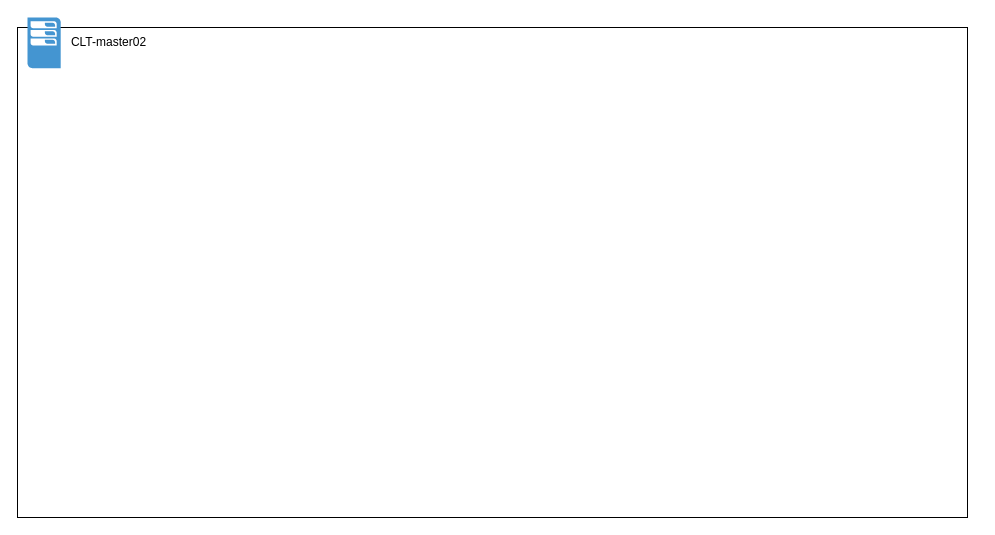
Before: iptables_test01.drawio in yokikim/Report-resource-linux, a draw.io diagram. Source tidied: cells renumbered, new cells numbered last; positions are measured from the earlier drawing's top-left corner, leaving out a move shared by most shapes. Both pictures are drawn from the tidied source at 100%, with x=0, y=0 at pixel (17, 17). Pictures stored in the file or linked from it are replaced by grey dashed boxes.
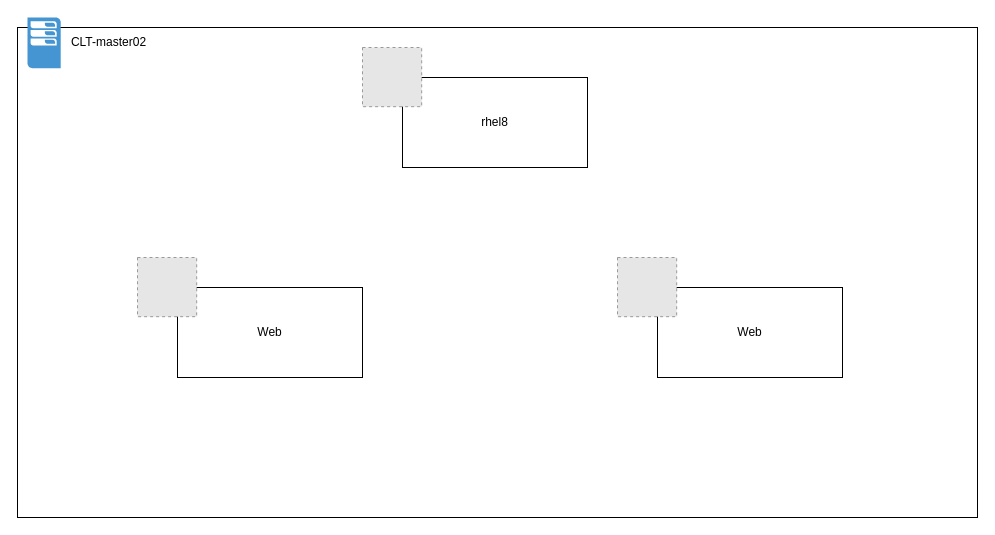
The same page after the edit.

The edit, as a diff of the source:
```diff
@@
 <mxGraphModel>
   <root>
     <mxCell id="0" />
     <mxCell id="1" parent="0" />
+    <mxCell id="5" style="group;" parent="1" vertex="1">
+      <mxGeometry width="960" height="500" as="geometry" />
+    </mxCell>
-    <mxCell id="2" style="rounded=0;whiteSpace=wrap;html=1;" parent="1" vertex="1">
-      <mxGeometry y="10" width="950" height="490" as="geometry" />
+    <mxCell id="2" style="rounded=0;whiteSpace=wrap;html=1;" parent="5" vertex="1">
+      <mxGeometry y="10" width="960" height="490" as="geometry" />
     </mxCell>
-    <mxCell id="3" style="shadow=0;dashed=0;html=1;strokeColor=none;fillColor=#4495D1;labelPosition=center;verticalLabelPosition=bottom;verticalAlign=top;align=center;shape=mxgraph.veeam.2d.esx_esxi;" parent="1" vertex="1">
+    <mxCell id="3" style="shadow=0;dashed=0;html=1;strokeColor=none;fillColor=#4495D1;labelPosition=center;verticalLabelPosition=bottom;verticalAlign=top;align=center;shape=mxgraph.veeam.2d.esx_esxi;" parent="5" vertex="1">
       <mxGeometry x="10" width="33.2" height="50.8" as="geometry" />
     </mxCell>
-    <mxCell id="4" value="CLT-master02" style="text;html=1;strokeColor=none;fillColor=none;align=center;verticalAlign=middle;whiteSpace=wrap;rounded=0;" parent="1" vertex="1">
+    <mxCell id="4" value="CLT-master02" style="text;html=1;strokeColor=none;fillColor=none;align=center;verticalAlign=middle;whiteSpace=wrap;rounded=0;" parent="5" vertex="1">
       <mxGeometry x="43.2" y="10.4" width="96.8" height="29.6" as="geometry" />
     </mxCell>
+    <mxCell id="6" parent="0" />
+    <mxCell id="7" value="rhel8" style="rounded=0;whiteSpace=wrap;html=1;" parent="6" vertex="1">
+      <mxGeometry x="385" y="60" width="185" height="90" as="geometry" />
+    </mxCell>
+    <mxCell id="8" style="fillColor=#E6E6E6;strokeColor=#999999;dashed=1;html=1;verticalAlign=top;verticalLabelPosition=bottom;labelBackgroundColor=#ffffff;" parent="6" vertex="1">
+      <mxGeometry x="345" y="30" width="59.2" height="59.2" as="geometry" />
+    </mxCell>
+    <mxCell id="9" value="Web" style="rounded=0;whiteSpace=wrap;html=1;" parent="6" vertex="1">
+      <mxGeometry x="160" y="270" width="185" height="90" as="geometry" />
+    </mxCell>
+    <mxCell id="10" style="fillColor=#E6E6E6;strokeColor=#999999;dashed=1;html=1;verticalAlign=top;verticalLabelPosition=bottom;labelBackgroundColor=#ffffff;" parent="6" vertex="1">
+      <mxGeometry x="120" y="240" width="59.2" height="59.2" as="geometry" />
+    </mxCell>
+    <mxCell id="11" value="Web" style="rounded=0;whiteSpace=wrap;html=1;" parent="6" vertex="1">
+      <mxGeometry x="640" y="270" width="185" height="90" as="geometry" />
+    </mxCell>
+    <mxCell id="12" style="fillColor=#E6E6E6;strokeColor=#999999;dashed=1;html=1;verticalAlign=top;verticalLabelPosition=bottom;labelBackgroundColor=#ffffff;" parent="6" vertex="1">
+      <mxGeometry x="600" y="240" width="59.2" height="59.2" as="geometry" />
+    </mxCell>
   </root>
 </mxGraphModel>
```
